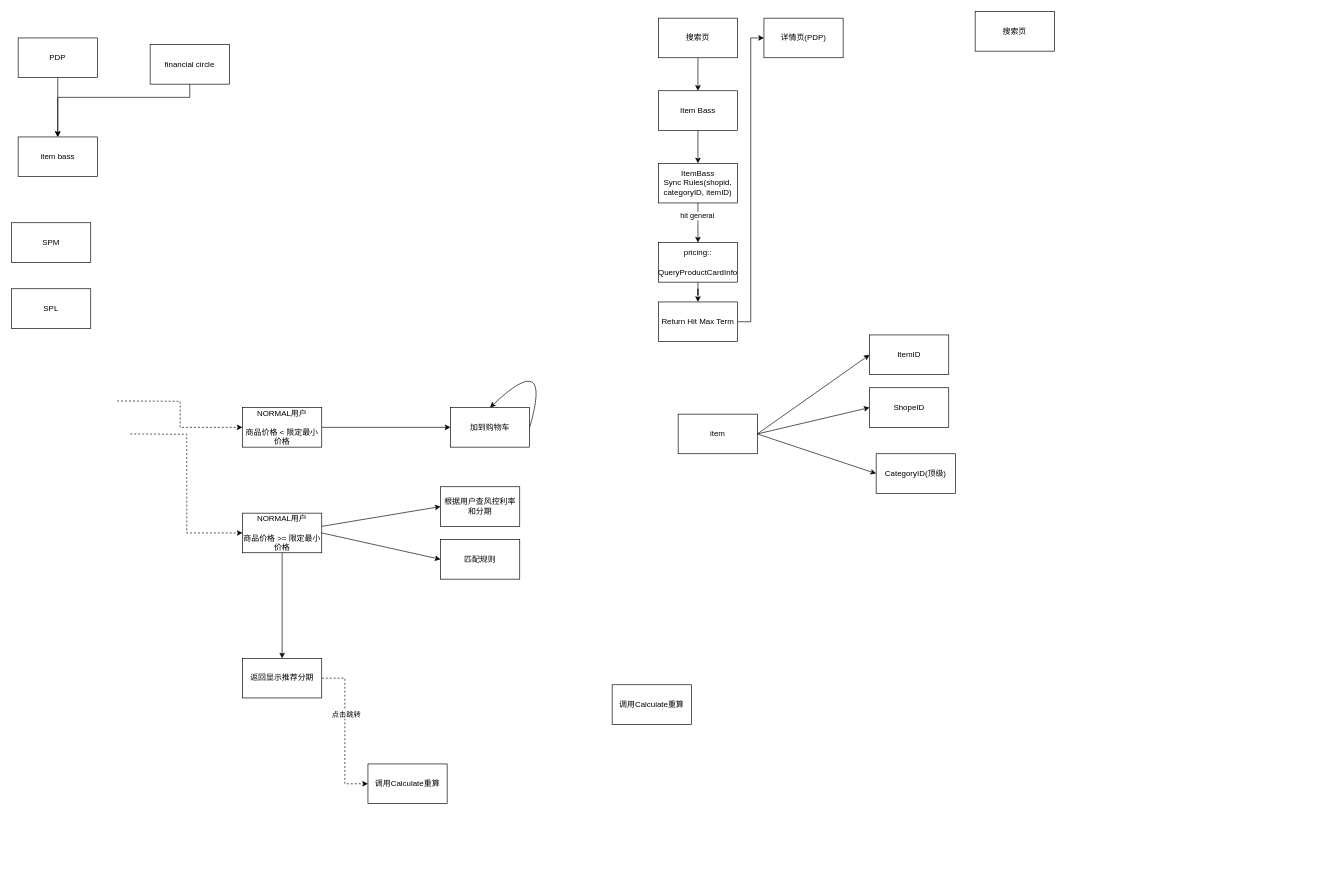
Before: Untitled Diagram.drawio in xhd2015/bog, a draw.io diagram. Source tidied: cells renumbered, new cells numbered last; positions are measured from the earlier drawing's top-left corner, leaving out a move shared by most shapes. Both pictures are drawn from the tidied source at 66%, with x=0, y=0 at pixel (11, 11).
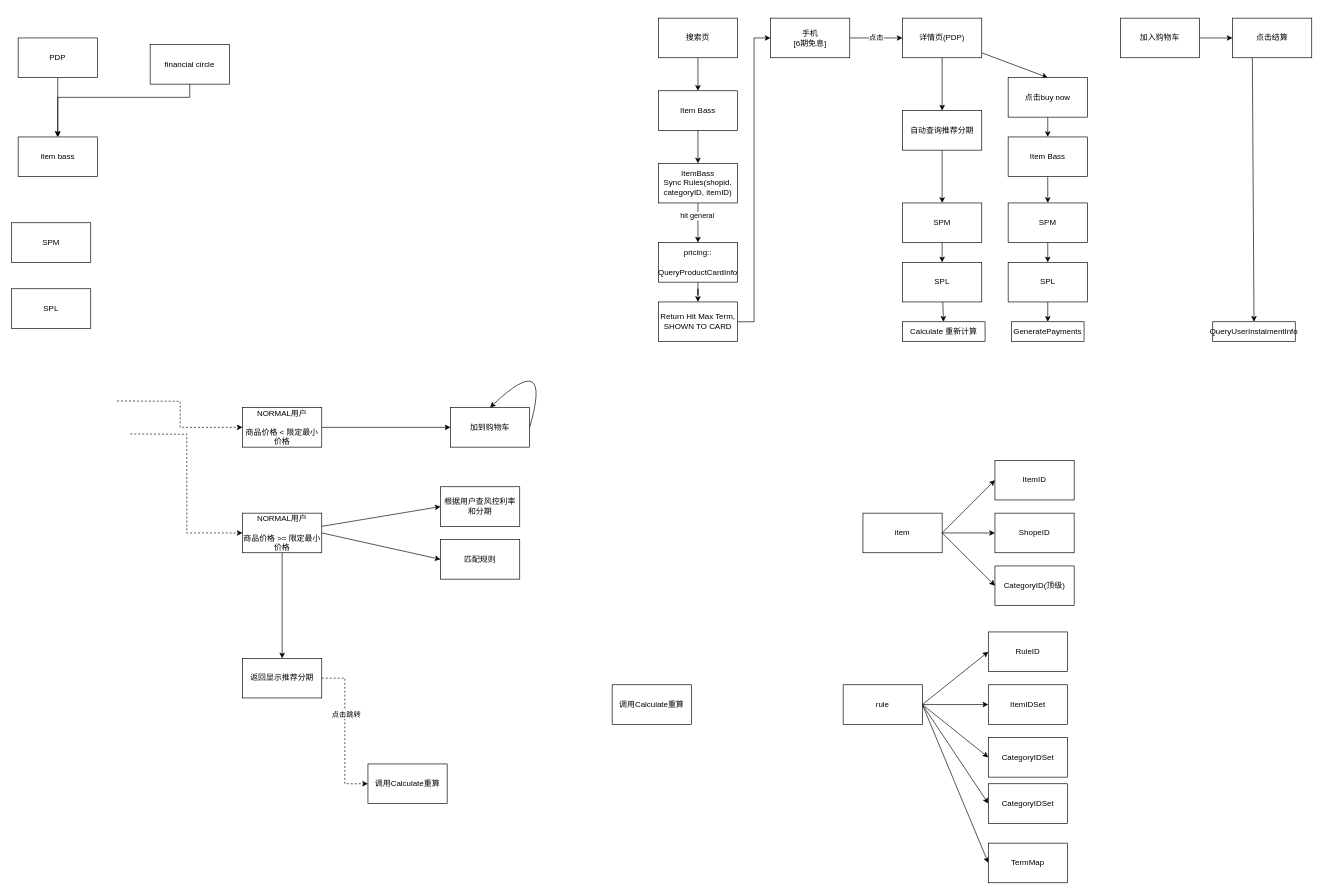
The same diagram, later.

Change to the diagram source:
```diff
@@
-    <mxCell id="33" style="edgeStyle=orthogonalEdgeStyle;rounded=0;jettySize=auto;html=1;entryX=0;entryY=0.5;entryDx=0;entryDy=0;exitX=1;exitY=0.5;exitDx=0;exitDy=0;" parent="1" edge="1" source="38" target="36">
+    <mxCell id="33" style="edgeStyle=orthogonalEdgeStyle;rounded=0;jettySize=auto;html=1;entryX=0;entryY=0.5;entryDx=0;entryDy=0;exitX=1;exitY=0.5;exitDx=0;exitDy=0;" parent="1" edge="1" source="38" target="49">
       <mxGeometry relative="1" as="geometry" />
     </mxCell>
@@
+    <mxCell id="46" style="edgeStyle=none;rounded=0;jettySize=auto;html=1;entryX=0.5;entryY=0;entryDx=0;entryDy=0;" parent="1" edge="1" source="36" target="68">
+      <mxGeometry relative="1" as="geometry" />
+    </mxCell>
+    <mxCell id="47" style="edgeStyle=none;rounded=0;jettySize=auto;html=1;entryX=0.5;entryY=0;entryDx=0;entryDy=0;" parent="1" edge="1" source="36" target="71">
+      <mxGeometry relative="1" as="geometry" />
+    </mxCell>
     <mxCell id="36" value="详情页(PDP)" style="rounded=0;whiteSpace=wrap;html=1;" parent="1" vertex="1">
-      <mxGeometry x="1140" y="10" width="120" height="60" as="geometry" />
+      <mxGeometry x="1350" y="10" width="120" height="60" as="geometry" />
     </mxCell>
-    <mxCell id="37" value="搜索页" style="rounded=0;whiteSpace=wrap;html=1;" parent="1" vertex="1">
-      <mxGeometry x="1460" width="120" height="60" as="geometry" />
-    </mxCell>
-    <mxCell id="38" value="Return Hit Max Term" style="rounded=0;whiteSpace=wrap;html=1;" parent="1" vertex="1">
+    <mxCell id="38" value="Return Hit Max Term, SHOWN TO CARD" style="rounded=0;whiteSpace=wrap;html=1;" parent="1" vertex="1">
       <mxGeometry x="980" y="440" width="120" height="60" as="geometry" />
     </mxCell>
@@
     <mxCell id="40" value="item" style="rounded=0;whiteSpace=wrap;html=1;" parent="1" vertex="1">
-      <mxGeometry x="1010" y="610" width="120" height="60" as="geometry" />
+      <mxGeometry x="1290" y="760" width="120" height="60" as="geometry" />
     </mxCell>
     <mxCell id="41" value="ItemID" style="rounded=0;whiteSpace=wrap;html=1;" parent="1" vertex="1">
-      <mxGeometry x="1300" y="490" width="120" height="60" as="geometry" />
+      <mxGeometry x="1490" y="680" width="120" height="60" as="geometry" />
     </mxCell>
     <mxCell id="42" value="ShopeID" style="rounded=0;whiteSpace=wrap;html=1;" parent="1" vertex="1">
-      <mxGeometry x="1300" y="570" width="120" height="60" as="geometry" />
+      <mxGeometry x="1490" y="760" width="120" height="60" as="geometry" />
     </mxCell>
     <mxCell id="43" value="CategoryID(顶级)" style="rounded=0;whiteSpace=wrap;html=1;" parent="1" vertex="1">
-      <mxGeometry x="1310" y="670" width="120" height="60" as="geometry" />
+      <mxGeometry x="1490" y="840" width="120" height="60" as="geometry" />
     </mxCell>
@@
+    <mxCell id="48" value="点击" style="edgeStyle=none;rounded=0;jettySize=auto;html=1;entryX=0;entryY=0.5;entryDx=0;entryDy=0;" parent="1" edge="1" source="49" target="36">
+      <mxGeometry relative="1" as="geometry" />
+    </mxCell>
+    <mxCell id="49" value="手机&lt;br&gt;[6期免息]" style="rounded=0;whiteSpace=wrap;html=1;" parent="1" vertex="1">
+      <mxGeometry x="1150" y="10" width="120" height="60" as="geometry" />
+    </mxCell>
+    <mxCell id="50" style="edgeStyle=none;rounded=0;jettySize=auto;html=1;entryX=0;entryY=0.5;entryDx=0;entryDy=0;exitX=1;exitY=0.5;exitDx=0;exitDy=0;" parent="1" edge="1" source="55" target="56">
+      <mxGeometry relative="1" as="geometry" />
+    </mxCell>
+    <mxCell id="51" style="edgeStyle=none;rounded=0;jettySize=auto;html=1;entryX=0;entryY=0.5;entryDx=0;entryDy=0;" parent="1" edge="1" source="55" target="57">
+      <mxGeometry relative="1" as="geometry" />
+    </mxCell>
+    <mxCell id="52" style="edgeStyle=none;rounded=0;jettySize=auto;html=1;entryX=0;entryY=0.5;entryDx=0;entryDy=0;exitX=1;exitY=0.5;exitDx=0;exitDy=0;" parent="1" edge="1" source="55" target="58">
+      <mxGeometry relative="1" as="geometry" />
+    </mxCell>
+    <mxCell id="53" style="edgeStyle=none;rounded=0;jettySize=auto;html=1;entryX=0;entryY=0.5;entryDx=0;entryDy=0;exitX=1;exitY=0.5;exitDx=0;exitDy=0;" parent="1" edge="1" source="55" target="65">
+      <mxGeometry relative="1" as="geometry" />
+    </mxCell>
+    <mxCell id="54" style="edgeStyle=none;rounded=0;jettySize=auto;html=1;entryX=0;entryY=0.5;entryDx=0;entryDy=0;exitX=1;exitY=0.5;exitDx=0;exitDy=0;" parent="1" edge="1" source="55" target="66">
+      <mxGeometry relative="1" as="geometry" />
+    </mxCell>
+    <mxCell id="55" value="rule" style="rounded=0;whiteSpace=wrap;html=1;" parent="1" vertex="1">
+      <mxGeometry x="1260" y="1020" width="120" height="60" as="geometry" />
+    </mxCell>
+    <mxCell id="56" value="RuleID" style="rounded=0;whiteSpace=wrap;html=1;" parent="1" vertex="1">
+      <mxGeometry x="1480" y="940" width="120" height="60" as="geometry" />
+    </mxCell>
+    <mxCell id="57" value="ItemIDSet" style="rounded=0;whiteSpace=wrap;html=1;" parent="1" vertex="1">
+      <mxGeometry x="1480" y="1020" width="120" height="60" as="geometry" />
+    </mxCell>
+    <mxCell id="58" value="TermMap" style="rounded=0;whiteSpace=wrap;html=1;" parent="1" vertex="1">
+      <mxGeometry x="1480" y="1260" width="120" height="60" as="geometry" />
+    </mxCell>
+    <mxCell id="59" style="edgeStyle=none;rounded=0;jettySize=auto;html=1;entryX=0.5;entryY=0;entryDx=0;entryDy=0;" parent="1" edge="1" source="60" target="62">
+      <mxGeometry relative="1" as="geometry" />
+    </mxCell>
+    <mxCell id="60" value="Item Bass" style="rounded=0;whiteSpace=wrap;html=1;" parent="1" vertex="1">
+      <mxGeometry x="1510" y="190" width="120" height="60" as="geometry" />
+    </mxCell>
+    <mxCell id="61" style="edgeStyle=none;rounded=0;jettySize=auto;html=1;" parent="1" edge="1" source="62" target="64">
+      <mxGeometry relative="1" as="geometry" />
+    </mxCell>
+    <mxCell id="62" value="SPM" style="rounded=0;whiteSpace=wrap;html=1;" parent="1" vertex="1">
+      <mxGeometry x="1510" y="290" width="120" height="60" as="geometry" />
+    </mxCell>
+    <mxCell id="63" style="edgeStyle=none;rounded=0;jettySize=auto;html=1;entryX=0.5;entryY=0;entryDx=0;entryDy=0;" parent="1" edge="1" source="64" target="69">
+      <mxGeometry relative="1" as="geometry" />
+    </mxCell>
+    <mxCell id="64" value="SPL" style="rounded=0;whiteSpace=wrap;html=1;" parent="1" vertex="1">
+      <mxGeometry x="1510" y="380" width="120" height="60" as="geometry" />
+    </mxCell>
+    <mxCell id="65" value="CategoryIDSet" style="rounded=0;whiteSpace=wrap;html=1;" parent="1" vertex="1">
+      <mxGeometry x="1480" y="1100" width="120" height="60" as="geometry" />
+    </mxCell>
+    <mxCell id="66" value="CategoryIDSet" style="rounded=0;whiteSpace=wrap;html=1;" parent="1" vertex="1">
+      <mxGeometry x="1480" y="1170" width="120" height="60" as="geometry" />
+    </mxCell>
+    <mxCell id="67" style="edgeStyle=none;rounded=0;jettySize=auto;html=1;entryX=0.5;entryY=0;entryDx=0;entryDy=0;" parent="1" edge="1" source="68" target="60">
+      <mxGeometry relative="1" as="geometry" />
+    </mxCell>
+    <mxCell id="68" value="点击buy now" style="rounded=0;whiteSpace=wrap;html=1;" parent="1" vertex="1">
+      <mxGeometry x="1510" y="100" width="120" height="60" as="geometry" />
+    </mxCell>
+    <mxCell id="69" value="GeneratePayments" style="rounded=0;whiteSpace=wrap;html=1;" parent="1" vertex="1">
+      <mxGeometry x="1515" y="470" width="110" height="30" as="geometry" />
+    </mxCell>
+    <mxCell id="70" style="edgeStyle=none;rounded=0;jettySize=auto;html=1;entryX=0.5;entryY=0;entryDx=0;entryDy=0;" parent="1" edge="1" source="71" target="75">
+      <mxGeometry relative="1" as="geometry" />
+    </mxCell>
+    <mxCell id="71" value="自动查询推荐分期" style="rounded=0;whiteSpace=wrap;html=1;" parent="1" vertex="1">
+      <mxGeometry x="1350" y="150" width="120" height="60" as="geometry" />
+    </mxCell>
+    <mxCell id="72" style="edgeStyle=none;rounded=0;jettySize=auto;html=1;" parent="1" edge="1" source="73" target="79">
+      <mxGeometry relative="1" as="geometry" />
+    </mxCell>
+    <mxCell id="73" value="SPL" style="rounded=0;whiteSpace=wrap;html=1;" parent="1" vertex="1">
+      <mxGeometry x="1350" y="380" width="120" height="60" as="geometry" />
+    </mxCell>
+    <mxCell id="74" style="edgeStyle=none;rounded=0;jettySize=auto;html=1;entryX=0.5;entryY=0;entryDx=0;entryDy=0;" parent="1" edge="1" source="75" target="73">
+      <mxGeometry relative="1" as="geometry" />
+    </mxCell>
+    <mxCell id="75" value="SPM" style="rounded=0;whiteSpace=wrap;html=1;" parent="1" vertex="1">
+      <mxGeometry x="1350" y="290" width="120" height="60" as="geometry" />
+    </mxCell>
+    <mxCell id="76" value="QueryUserInstalmentInfo" style="rounded=0;whiteSpace=wrap;html=1;" parent="1" vertex="1">
+      <mxGeometry x="1820" y="470" width="125" height="30" as="geometry" />
+    </mxCell>
+    <mxCell id="77" style="edgeStyle=none;rounded=0;jettySize=auto;html=1;entryX=0.5;entryY=0;entryDx=0;entryDy=0;exitX=0.25;exitY=1;exitDx=0;exitDy=0;" parent="1" edge="1" source="78" target="76">
+      <mxGeometry relative="1" as="geometry" />
+    </mxCell>
+    <mxCell id="78" value="点击结算" style="rounded=0;whiteSpace=wrap;html=1;" parent="1" vertex="1">
+      <mxGeometry x="1850" y="10" width="120" height="60" as="geometry" />
+    </mxCell>
+    <mxCell id="79" value="Calculate 重新计算" style="rounded=0;whiteSpace=wrap;html=1;" parent="1" vertex="1">
+      <mxGeometry x="1350" y="470" width="125" height="30" as="geometry" />
+    </mxCell>
+    <mxCell id="80" style="edgeStyle=none;rounded=0;jettySize=auto;html=1;entryX=0;entryY=0.5;entryDx=0;entryDy=0;" parent="1" edge="1" source="81" target="78">
+      <mxGeometry relative="1" as="geometry" />
+    </mxCell>
+    <mxCell id="81" value="加入购物车" style="rounded=0;whiteSpace=wrap;html=1;" parent="1" vertex="1">
+      <mxGeometry x="1680" y="10" width="120" height="60" as="geometry" />
+    </mxCell>
```
